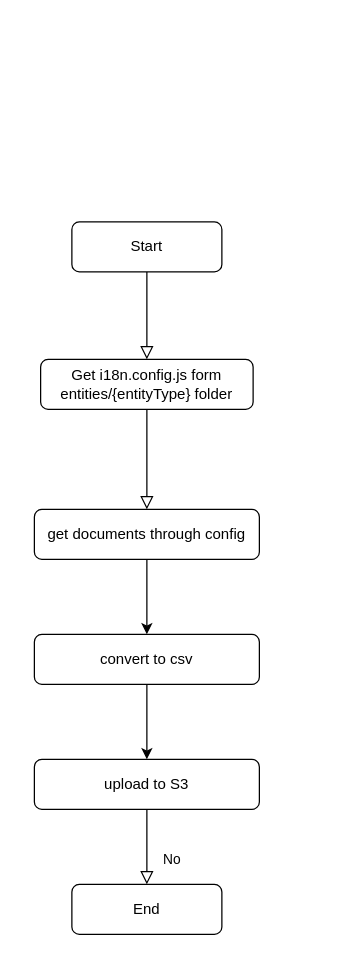
Above: User-Defined-I18n-Export.drawio in SmileSB1O1/draw-active (draw.io), before the change. Source tidied: cells renumbered, new cells numbered last; positions are measured from the earlier drawing's top-left corner, leaving out a move shared by most shapes. Both pictures are drawn from the tidied source at 125%, with x=0, y=0 at pixel (34, 221).
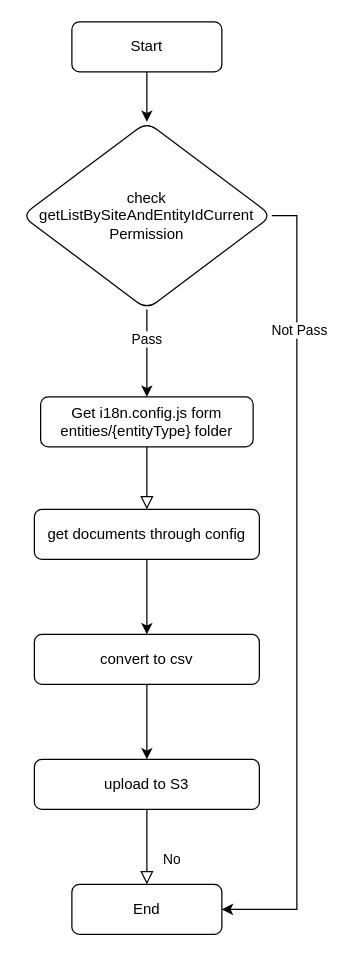
After the change.

Change to the diagram source:
```diff
@@
 <mxGraphModel>
   <root>
     <mxCell id="0" />
     <mxCell id="1" parent="0" />
-    <mxCell id="2" style="rounded=0;html=1;jettySize=auto;fontSize=11;endArrow=block;endFill=0;endSize=8;strokeWidth=1;shadow=0;labelBackgroundColor=none;edgeStyle=orthogonalEdgeStyle;entryX=0.5;entryY=0;entryDx=0;entryDy=0;" parent="1" edge="1" source="3" target="5">
-      <mxGeometry relative="1" as="geometry" />
-    </mxCell>
+    <mxCell id="13" style="edgeStyle=orthogonalEdgeStyle;rounded=0;jettySize=auto;html=1;" parent="1" edge="1" source="3" target="18">
+      <mxGeometry relative="1" as="geometry" />
+    </mxCell>
     <mxCell id="3" value="Start" style="rounded=1;whiteSpace=wrap;html=1;fontSize=12;glass=0;strokeWidth=1;shadow=0;" parent="1" vertex="1">
-      <mxGeometry x="30" width="120" height="40" as="geometry" />
+      <mxGeometry x="30" y="-160" width="120" height="40" as="geometry" />
     </mxCell>
     <mxCell id="4" style="rounded=0;html=1;jettySize=auto;fontSize=11;endArrow=block;endFill=0;endSize=8;strokeWidth=1;shadow=0;labelBackgroundColor=none;edgeStyle=orthogonalEdgeStyle;exitX=0.5;exitY=1;exitDx=0;exitDy=0;entryX=0.5;entryY=0;entryDx=0;entryDy=0;" parent="1" edge="1" source="5" target="9">
       <mxGeometry y="20" relative="1" as="geometry" />
     </mxCell>
     <mxCell id="5" value="Get i18n.config.js form entities/{entityType} folder" style="rounded=1;whiteSpace=wrap;html=1;fontSize=12;glass=0;strokeWidth=1;shadow=0;" parent="1" vertex="1">
-      <mxGeometry x="5" y="110" width="170" height="40" as="geometry" />
+      <mxGeometry x="5" y="140" width="170" height="40" as="geometry" />
     </mxCell>
     <mxCell id="6" value="No" style="rounded=0;html=1;jettySize=auto;fontSize=11;endArrow=block;endFill=0;endSize=8;strokeWidth=1;shadow=0;labelBackgroundColor=none;edgeStyle=orthogonalEdgeStyle;exitX=0.5;exitY=1;exitDx=0;exitDy=0;" parent="1" edge="1" source="12" target="7">
       <mxGeometry x="0.33" y="20" relative="1" as="geometry" />
     </mxCell>
     <mxCell id="7" value="End" style="rounded=1;whiteSpace=wrap;html=1;fontSize=12;glass=0;strokeWidth=1;shadow=0;" parent="1" vertex="1">
       <mxGeometry x="30" y="530" width="120" height="40" as="geometry" />
     </mxCell>
     <mxCell id="8" style="edgeStyle=orthogonalEdgeStyle;rounded=0;jettySize=auto;html=1;exitX=0.5;exitY=1;exitDx=0;exitDy=0;entryX=0.5;entryY=0;entryDx=0;entryDy=0;" parent="1" edge="1" source="9" target="11">
       <mxGeometry relative="1" as="geometry" />
     </mxCell>
     <mxCell id="9" value="get documents through config" style="rounded=1;whiteSpace=wrap;html=1;fontSize=12;glass=0;strokeWidth=1;shadow=0;" parent="1" vertex="1">
       <mxGeometry y="230" width="180" height="40" as="geometry" />
     </mxCell>
     <mxCell id="10" style="edgeStyle=orthogonalEdgeStyle;rounded=0;jettySize=auto;html=1;exitX=0.5;exitY=1;exitDx=0;exitDy=0;entryX=0.5;entryY=0;entryDx=0;entryDy=0;" parent="1" edge="1" source="11" target="12">
       <mxGeometry relative="1" as="geometry" />
     </mxCell>
     <mxCell id="11" value="convert to csv" style="rounded=1;whiteSpace=wrap;html=1;fontSize=12;glass=0;strokeWidth=1;shadow=0;" parent="1" vertex="1">
       <mxGeometry y="330" width="180" height="40" as="geometry" />
     </mxCell>
     <mxCell id="12" value="upload to S3" style="rounded=1;whiteSpace=wrap;html=1;fontSize=12;glass=0;strokeWidth=1;shadow=0;" parent="1" vertex="1">
       <mxGeometry y="430" width="180" height="40" as="geometry" />
     </mxCell>
+    <mxCell id="14" style="edgeStyle=orthogonalEdgeStyle;rounded=0;jettySize=auto;html=1;" parent="1" edge="1" source="18" target="5">
+      <mxGeometry relative="1" as="geometry" />
+    </mxCell>
+    <mxCell id="15" value="Pass" style="edgeLabel;html=1;align=center;verticalAlign=middle;" parent="14" vertex="1">
+      <mxGeometry x="-0.34" y="-1" relative="1" as="geometry" />
+    </mxCell>
+    <mxCell id="16" style="edgeStyle=orthogonalEdgeStyle;rounded=0;jettySize=auto;html=1;entryX=1;entryY=0.5;entryDx=0;entryDy=0;" parent="1" edge="1" source="18" target="7">
+      <mxGeometry relative="1" as="geometry">
+        <Array as="points">
+          <mxPoint x="210" y="-5" />
+          <mxPoint x="210" y="550" />
+        </Array>
+      </mxGeometry>
+    </mxCell>
+    <mxCell id="17" value="Not Pass" style="edgeLabel;html=1;align=center;verticalAlign=middle;" parent="16" vertex="1">
+      <mxGeometry x="-0.65" y="1" relative="1" as="geometry" />
+    </mxCell>
+    <mxCell id="18" value="check getListBySiteAndEntityIdCurrent Permission" style="rhombus;whiteSpace=wrap;html=1;rounded=1;glass=0;strokeWidth=1;shadow=0;" parent="1" vertex="1">
+      <mxGeometry x="-10" y="-80" width="200" height="150" as="geometry" />
+    </mxCell>
   </root>
 </mxGraphModel>
```
